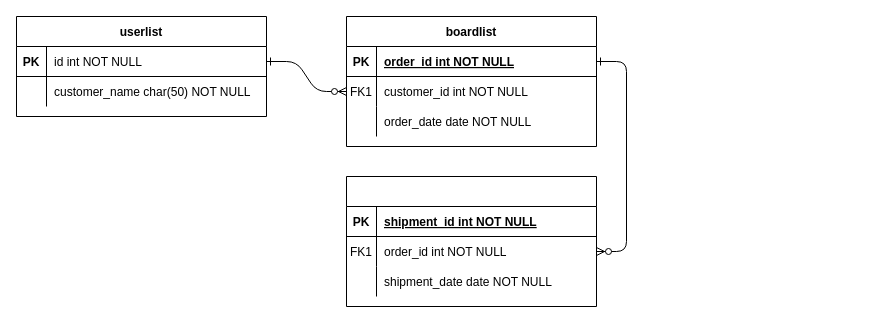
Before: erd.drawio in web5-kimgangmoon/cloneCoding4, a draw.io diagram. Source tidied: cells renumbered, new cells numbered last; positions are measured from the earlier drawing's top-left corner, leaving out a move shared by most shapes. Both pictures are drawn from the tidied source at 100%, with x=0, y=0 at pixel (16, 16).
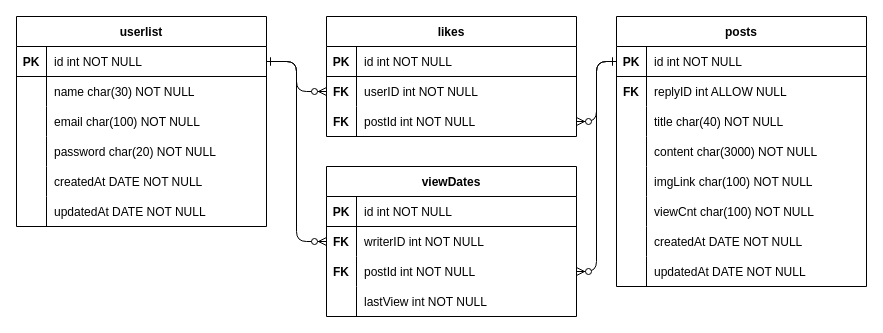
The same page after the edit.

Commit message (it also covers changes not shown here):
erd complete

Unchanged cells that the change refers to:
```xml
<mxCell id="25" style="shape=partialRectangle;fillColor=none;points=[[0,0.5],[1,0.5]];portConstraint=eastwest;top=0;left=0;right=0;bottom=1;" parent="24" vertex="1">
  <mxGeometry y="30" width="250" height="30" as="geometry" />
</mxCell>
<mxCell id="28" style="shape=partialRectangle;fillColor=none;top=0;left=0;right=0;bottom=0;" parent="24" vertex="1">
  <mxGeometry y="60" width="250" height="30" as="geometry" />
</mxCell>
```

The edit, as a diff of the source:
```diff
@@
-    <mxCell id="2" style="edgeStyle=entityRelationEdgeStyle;endArrow=ERzeroToMany;startArrow=ERone;endFill=1;startFill=0;" parent="1" edge="1" source="25" target="8">
+    <mxCell id="2" style="edgeStyle=elbowEdgeStyle;endArrow=ERzeroToMany;startArrow=ERone;endFill=1;startFill=0;" parent="1" edge="1" source="25" target="47">
       <mxGeometry relative="1" as="geometry" />
     </mxCell>
-    <mxCell id="3" style="edgeStyle=entityRelationEdgeStyle;endArrow=ERzeroToMany;startArrow=ERone;endFill=1;startFill=0;" parent="1" edge="1" source="5" target="18">
-      <mxGeometry relative="1" as="geometry" />
-    </mxCell>
-    <mxCell id="4" value="boardlist" style="shape=table;startSize=30;childLayout=tableLayout;rowLines=0;fontStyle=1;align=center;" parent="1" vertex="1">
-      <mxGeometry x="330" width="250" height="130" as="geometry" />
-    </mxCell>
-    <mxCell id="5" style="shape=partialRectangle;fillColor=none;points=[[0,0.5],[1,0.5]];portConstraint=eastwest;top=0;left=0;right=0;bottom=1;" parent="4" vertex="1">
-      <mxGeometry y="30" width="250" height="30" as="geometry" />
-    </mxCell>
-    <mxCell id="6" value="PK" style="shape=partialRectangle;overflow=hidden;fillColor=none;top=0;left=0;bottom=0;right=0;fontStyle=1;" parent="5" vertex="1">
-      <mxGeometry width="30" height="30" as="geometry" />
-    </mxCell>
-    <mxCell id="7" value="order_id int NOT NULL " style="shape=partialRectangle;overflow=hidden;fillColor=none;top=0;left=0;bottom=0;right=0;align=left;spacingLeft=6;fontStyle=5;" parent="5" vertex="1">
-      <mxGeometry x="30" width="220" height="30" as="geometry" />
-    </mxCell>
-    <mxCell id="8" style="shape=partialRectangle;fillColor=none;points=[[0,0.5],[1,0.5]];portConstraint=eastwest;top=0;left=0;right=0;bottom=0;" parent="4" vertex="1">
-      <mxGeometry y="60" width="250" height="30" as="geometry" />
-    </mxCell>
-    <mxCell id="9" value="FK1" style="shape=partialRectangle;overflow=hidden;fillColor=none;top=0;left=0;bottom=0;right=0;" parent="8" vertex="1">
-      <mxGeometry width="30" height="30" as="geometry" />
-    </mxCell>
-    <mxCell id="10" value="customer_id int NOT NULL" style="shape=partialRectangle;overflow=hidden;fillColor=none;top=0;left=0;bottom=0;right=0;align=left;spacingLeft=6;" parent="8" vertex="1">
-      <mxGeometry x="30" width="220" height="30" as="geometry" />
-    </mxCell>
-    <mxCell id="11" style="shape=partialRectangle;fillColor=none;top=0;left=0;right=0;bottom=0;" parent="4" vertex="1">
-      <mxGeometry y="90" width="250" height="30" as="geometry" />
-    </mxCell>
-    <mxCell id="12" style="shape=partialRectangle;overflow=hidden;fillColor=none;top=0;left=0;bottom=0;right=0;" parent="11" vertex="1">
-      <mxGeometry width="30" height="30" as="geometry" />
-    </mxCell>
-    <mxCell id="13" value="order_date date NOT NULL" style="shape=partialRectangle;overflow=hidden;fillColor=none;top=0;left=0;bottom=0;right=0;align=left;spacingLeft=6;" parent="11" vertex="1">
-      <mxGeometry x="30" width="220" height="30" as="geometry" />
-    </mxCell>
-    <mxCell id="14" style="shape=table;startSize=30;childLayout=tableLayout;rowLines=0;fontStyle=1;align=center;" parent="1" vertex="1">
-      <mxGeometry x="330" y="160" width="250" height="130" as="geometry" />
-    </mxCell>
-    <mxCell id="15" style="shape=partialRectangle;fillColor=none;top=0;left=0;right=0;bottom=1;" parent="14" vertex="1">
-      <mxGeometry y="30" width="250" height="30" as="geometry" />
-    </mxCell>
-    <mxCell id="16" value="PK" style="shape=partialRectangle;overflow=hidden;fillColor=none;top=0;left=0;bottom=0;right=0;fontStyle=1;" parent="15" vertex="1">
-      <mxGeometry width="30" height="30" as="geometry" />
-    </mxCell>
-    <mxCell id="17" value="shipment_id int NOT NULL " style="shape=partialRectangle;overflow=hidden;fillColor=none;top=0;left=0;bottom=0;right=0;align=left;spacingLeft=6;fontStyle=5;" parent="15" vertex="1">
-      <mxGeometry x="30" width="220" height="30" as="geometry" />
-    </mxCell>
-    <mxCell id="18" style="shape=partialRectangle;fillColor=none;points=[[0,0.5],[1,0.5]];portConstraint=eastwest;top=0;left=0;right=0;bottom=0;" parent="14" vertex="1">
-      <mxGeometry y="60" width="250" height="30" as="geometry" />
-    </mxCell>
-    <mxCell id="19" value="FK1" style="shape=partialRectangle;overflow=hidden;fillColor=none;top=0;left=0;bottom=0;right=0;" parent="18" vertex="1">
-      <mxGeometry width="30" height="30" as="geometry" />
-    </mxCell>
-    <mxCell id="20" value="order_id int NOT NULL" style="shape=partialRectangle;overflow=hidden;fillColor=none;top=0;left=0;bottom=0;right=0;align=left;spacingLeft=6;" parent="18" vertex="1">
-      <mxGeometry x="30" width="220" height="30" as="geometry" />
-    </mxCell>
-    <mxCell id="21" style="shape=partialRectangle;fillColor=none;top=0;left=0;right=0;bottom=0;" parent="14" vertex="1">
-      <mxGeometry y="90" width="250" height="30" as="geometry" />
-    </mxCell>
-    <mxCell id="22" style="shape=partialRectangle;overflow=hidden;fillColor=none;top=0;left=0;bottom=0;right=0;" parent="21" vertex="1">
-      <mxGeometry width="30" height="30" as="geometry" />
-    </mxCell>
-    <mxCell id="23" value="shipment_date date NOT NULL" style="shape=partialRectangle;overflow=hidden;fillColor=none;top=0;left=0;bottom=0;right=0;align=left;spacingLeft=6;" parent="21" vertex="1">
-      <mxGeometry x="30" width="220" height="30" as="geometry" />
-    </mxCell>
     <mxCell id="24" value="userlist" style="shape=table;startSize=30;childLayout=tableLayout;rowLines=0;fontStyle=1;align=center;" parent="1" vertex="1">
-      <mxGeometry width="250" height="100" as="geometry" />
+      <mxGeometry width="250" height="210" as="geometry" />
     </mxCell>
@@
-    <mxCell id="29" style="shape=partialRectangle;overflow=hidden;fillColor=none;top=0;left=0;bottom=0;right=0;" parent="28" vertex="1">
+    <mxCell id="29" value="&#10;" style="shape=partialRectangle;overflow=hidden;fillColor=none;top=0;left=0;bottom=0;right=0;" parent="28" vertex="1">
       <mxGeometry width="30" height="30" as="geometry" />
     </mxCell>
-    <mxCell id="30" value="customer_name char(50) NOT NULL" style="shape=partialRectangle;overflow=hidden;fillColor=none;top=0;left=0;bottom=0;right=0;align=left;spacingLeft=6;" parent="28" vertex="1">
+    <mxCell id="30" value="name char(30) NOT NULL" style="shape=partialRectangle;overflow=hidden;fillColor=none;top=0;left=0;bottom=0;right=0;align=left;spacingLeft=6;" parent="28" vertex="1">
       <mxGeometry x="30" width="220" height="30" as="geometry" />
     </mxCell>
+    <mxCell id="31" style="shape=partialRectangle;fillColor=none;top=0;left=0;right=0;bottom=0;" parent="24" vertex="1">
+      <mxGeometry y="90" width="250" height="30" as="geometry" />
+    </mxCell>
+    <mxCell id="32" value="&#10;" style="shape=partialRectangle;overflow=hidden;fillColor=none;top=0;left=0;bottom=0;right=0;" parent="31" vertex="1">
+      <mxGeometry width="30" height="30" as="geometry" />
+    </mxCell>
+    <mxCell id="33" value="email char(100) NOT NULL" style="shape=partialRectangle;overflow=hidden;fillColor=none;top=0;left=0;bottom=0;right=0;align=left;spacingLeft=6;" parent="31" vertex="1">
+      <mxGeometry x="30" width="220" height="30" as="geometry" />
+    </mxCell>
+    <mxCell id="34" style="shape=partialRectangle;fillColor=none;top=0;left=0;right=0;bottom=0;" parent="24" vertex="1">
+      <mxGeometry y="120" width="250" height="30" as="geometry" />
+    </mxCell>
+    <mxCell id="35" value="&#10;" style="shape=partialRectangle;overflow=hidden;fillColor=none;top=0;left=0;bottom=0;right=0;" parent="34" vertex="1">
+      <mxGeometry width="30" height="30" as="geometry" />
+    </mxCell>
+    <mxCell id="36" value="password char(20) NOT NULL" style="shape=partialRectangle;overflow=hidden;fillColor=none;top=0;left=0;bottom=0;right=0;align=left;spacingLeft=6;" parent="34" vertex="1">
+      <mxGeometry x="30" width="220" height="30" as="geometry" />
+    </mxCell>
+    <mxCell id="37" style="shape=partialRectangle;fillColor=none;top=0;left=0;right=0;bottom=0;" parent="24" vertex="1">
+      <mxGeometry y="150" width="250" height="30" as="geometry" />
+    </mxCell>
+    <mxCell id="38" value="&#10;" style="shape=partialRectangle;overflow=hidden;fillColor=none;top=0;left=0;bottom=0;right=0;" parent="37" vertex="1">
+      <mxGeometry width="30" height="30" as="geometry" />
+    </mxCell>
+    <mxCell id="39" value="createdAt DATE NOT NULL" style="shape=partialRectangle;overflow=hidden;fillColor=none;top=0;left=0;bottom=0;right=0;align=left;spacingLeft=6;" parent="37" vertex="1">
+      <mxGeometry x="30" width="220" height="30" as="geometry" />
+    </mxCell>
+    <mxCell id="40" style="shape=partialRectangle;fillColor=none;top=0;left=0;right=0;bottom=0;" parent="24" vertex="1">
+      <mxGeometry y="180" width="250" height="30" as="geometry" />
+    </mxCell>
+    <mxCell id="41" value="&#10;" style="shape=partialRectangle;overflow=hidden;fillColor=none;top=0;left=0;bottom=0;right=0;" parent="40" vertex="1">
+      <mxGeometry width="30" height="30" as="geometry" />
+    </mxCell>
+    <mxCell id="42" value="updatedAt DATE NOT NULL" style="shape=partialRectangle;overflow=hidden;fillColor=none;top=0;left=0;bottom=0;right=0;align=left;spacingLeft=6;" parent="40" vertex="1">
+      <mxGeometry x="30" width="220" height="30" as="geometry" />
+    </mxCell>
+    <mxCell id="43" value="likes" style="shape=table;startSize=30;childLayout=tableLayout;rowLines=0;fontStyle=1;align=center;" parent="1" vertex="1">
+      <mxGeometry x="310" width="250" height="120" as="geometry" />
+    </mxCell>
+    <mxCell id="44" style="shape=partialRectangle;fillColor=none;top=0;left=0;right=0;bottom=1;" parent="43" vertex="1">
+      <mxGeometry y="30" width="250" height="30" as="geometry" />
+    </mxCell>
+    <mxCell id="45" value="PK" style="shape=partialRectangle;overflow=hidden;fillColor=none;top=0;left=0;bottom=0;right=0;fontStyle=1;" parent="44" vertex="1">
+      <mxGeometry width="30" height="30" as="geometry" />
+    </mxCell>
+    <mxCell id="46" value="id int NOT NULL" style="shape=partialRectangle;overflow=hidden;fillColor=none;top=0;left=0;bottom=0;right=0;align=left;spacingLeft=6;fontStyle=0;" parent="44" vertex="1">
+      <mxGeometry x="30" width="220" height="30" as="geometry" />
+    </mxCell>
+    <mxCell id="47" style="shape=partialRectangle;fillColor=none;points=[[0,0.5],[1,0.5]];portConstraint=eastwest;top=0;left=0;right=0;bottom=0;" parent="43" vertex="1">
+      <mxGeometry y="60" width="250" height="30" as="geometry" />
+    </mxCell>
+    <mxCell id="48" value="FK" style="shape=partialRectangle;overflow=hidden;fillColor=none;top=0;left=0;bottom=0;right=0;fontStyle=1;" parent="47" vertex="1">
+      <mxGeometry width="30" height="30" as="geometry" />
+    </mxCell>
+    <mxCell id="49" value="userID int NOT NULL" style="shape=partialRectangle;overflow=hidden;fillColor=none;top=0;left=0;bottom=0;right=0;align=left;spacingLeft=6;" parent="47" vertex="1">
+      <mxGeometry x="30" width="220" height="30" as="geometry" />
+    </mxCell>
+    <mxCell id="50" style="shape=partialRectangle;fillColor=none;points=[[0,0.5],[1,0.5]];portConstraint=eastwest;top=0;left=0;right=0;bottom=0;" parent="43" vertex="1">
+      <mxGeometry y="90" width="250" height="30" as="geometry" />
+    </mxCell>
+    <mxCell id="51" value="FK" style="shape=partialRectangle;overflow=hidden;fillColor=none;top=0;left=0;bottom=0;right=0;fontStyle=1;" parent="50" vertex="1">
+      <mxGeometry width="30" height="30" as="geometry" />
+    </mxCell>
+    <mxCell id="52" value="postId int NOT NULL" style="shape=partialRectangle;overflow=hidden;fillColor=none;top=0;left=0;bottom=0;right=0;align=left;spacingLeft=6;" parent="50" vertex="1">
+      <mxGeometry x="30" width="220" height="30" as="geometry" />
+    </mxCell>
+    <mxCell id="53" value="posts" style="shape=table;startSize=30;childLayout=tableLayout;rowLines=0;fontStyle=1;align=center;" parent="1" vertex="1">
+      <mxGeometry x="600" width="250" height="270" as="geometry" />
+    </mxCell>
+    <mxCell id="54" style="shape=partialRectangle;fillColor=none;points=[[0,0.5],[1,0.5]];portConstraint=eastwest;top=0;left=0;right=0;bottom=1;" parent="53" vertex="1">
+      <mxGeometry y="30" width="250" height="30" as="geometry" />
+    </mxCell>
+    <mxCell id="55" value="PK" style="shape=partialRectangle;overflow=hidden;fillColor=none;top=0;left=0;bottom=0;right=0;fontStyle=1;" parent="54" vertex="1">
+      <mxGeometry width="30" height="30" as="geometry" />
+    </mxCell>
+    <mxCell id="56" value="id int NOT NULL" style="shape=partialRectangle;overflow=hidden;fillColor=none;top=0;left=0;bottom=0;right=0;align=left;spacingLeft=6;fontStyle=0;" parent="54" vertex="1">
+      <mxGeometry x="30" width="220" height="30" as="geometry" />
+    </mxCell>
+    <mxCell id="57" style="shape=partialRectangle;fillColor=none;top=0;left=0;right=0;bottom=0;" parent="53" vertex="1">
+      <mxGeometry y="60" width="250" height="30" as="geometry" />
+    </mxCell>
+    <mxCell id="58" value="FK" style="shape=partialRectangle;overflow=hidden;fillColor=none;top=0;left=0;bottom=0;right=0;fontStyle=1;" parent="57" vertex="1">
+      <mxGeometry width="30" height="30" as="geometry" />
+    </mxCell>
+    <mxCell id="59" value="replyID int ALLOW NULL" style="shape=partialRectangle;overflow=hidden;fillColor=none;top=0;left=0;bottom=0;right=0;align=left;spacingLeft=6;" parent="57" vertex="1">
+      <mxGeometry x="30" width="220" height="30" as="geometry" />
+    </mxCell>
+    <mxCell id="60" style="shape=partialRectangle;fillColor=none;top=0;left=0;right=0;bottom=0;" parent="53" vertex="1">
+      <mxGeometry y="90" width="250" height="30" as="geometry" />
+    </mxCell>
+    <mxCell id="61" value="&#10;" style="shape=partialRectangle;overflow=hidden;fillColor=none;top=0;left=0;bottom=0;right=0;" parent="60" vertex="1">
+      <mxGeometry width="30" height="30" as="geometry" />
+    </mxCell>
+    <mxCell id="62" value="title char(40) NOT NULL" style="shape=partialRectangle;overflow=hidden;fillColor=none;top=0;left=0;bottom=0;right=0;align=left;spacingLeft=6;" parent="60" vertex="1">
+      <mxGeometry x="30" width="220" height="30" as="geometry" />
+    </mxCell>
+    <mxCell id="63" style="shape=partialRectangle;fillColor=none;top=0;left=0;right=0;bottom=0;" parent="53" vertex="1">
+      <mxGeometry y="120" width="250" height="30" as="geometry" />
+    </mxCell>
+    <mxCell id="64" value="&#10;" style="shape=partialRectangle;overflow=hidden;fillColor=none;top=0;left=0;bottom=0;right=0;" parent="63" vertex="1">
+      <mxGeometry width="30" height="30" as="geometry" />
+    </mxCell>
+    <mxCell id="65" value="content char(3000) NOT NULL" style="shape=partialRectangle;overflow=hidden;fillColor=none;top=0;left=0;bottom=0;right=0;align=left;spacingLeft=6;" parent="63" vertex="1">
+      <mxGeometry x="30" width="220" height="30" as="geometry" />
+    </mxCell>
+    <mxCell id="66" style="shape=partialRectangle;fillColor=none;top=0;left=0;right=0;bottom=0;" parent="53" vertex="1">
+      <mxGeometry y="150" width="250" height="30" as="geometry" />
+    </mxCell>
+    <mxCell id="67" value="&#10;" style="shape=partialRectangle;overflow=hidden;fillColor=none;top=0;left=0;bottom=0;right=0;" parent="66" vertex="1">
+      <mxGeometry width="30" height="30" as="geometry" />
+    </mxCell>
+    <mxCell id="68" value="imgLink char(100) NOT NULL" style="shape=partialRectangle;overflow=hidden;fillColor=none;top=0;left=0;bottom=0;right=0;align=left;spacingLeft=6;" parent="66" vertex="1">
+      <mxGeometry x="30" width="220" height="30" as="geometry" />
+    </mxCell>
+    <mxCell id="69" style="shape=partialRectangle;fillColor=none;top=0;left=0;right=0;bottom=0;" parent="53" vertex="1">
+      <mxGeometry y="180" width="250" height="30" as="geometry" />
+    </mxCell>
+    <mxCell id="70" value="&#10;" style="shape=partialRectangle;overflow=hidden;fillColor=none;top=0;left=0;bottom=0;right=0;" parent="69" vertex="1">
+      <mxGeometry width="30" height="30" as="geometry" />
+    </mxCell>
+    <mxCell id="71" value="viewCnt char(100) NOT NULL" style="shape=partialRectangle;overflow=hidden;fillColor=none;top=0;left=0;bottom=0;right=0;align=left;spacingLeft=6;" parent="69" vertex="1">
+      <mxGeometry x="30" width="220" height="30" as="geometry" />
+    </mxCell>
+    <mxCell id="72" style="shape=partialRectangle;fillColor=none;top=0;left=0;right=0;bottom=0;" parent="53" vertex="1">
+      <mxGeometry y="210" width="250" height="30" as="geometry" />
+    </mxCell>
+    <mxCell id="73" value="&#10;" style="shape=partialRectangle;overflow=hidden;fillColor=none;top=0;left=0;bottom=0;right=0;" parent="72" vertex="1">
+      <mxGeometry width="30" height="30" as="geometry" />
+    </mxCell>
+    <mxCell id="74" value="createdAt DATE NOT NULL" style="shape=partialRectangle;overflow=hidden;fillColor=none;top=0;left=0;bottom=0;right=0;align=left;spacingLeft=6;" parent="72" vertex="1">
+      <mxGeometry x="30" width="220" height="30" as="geometry" />
+    </mxCell>
+    <mxCell id="75" style="shape=partialRectangle;fillColor=none;top=0;left=0;right=0;bottom=0;" parent="53" vertex="1">
+      <mxGeometry y="240" width="250" height="30" as="geometry" />
+    </mxCell>
+    <mxCell id="76" value="&#10;" style="shape=partialRectangle;overflow=hidden;fillColor=none;top=0;left=0;bottom=0;right=0;" parent="75" vertex="1">
+      <mxGeometry width="30" height="30" as="geometry" />
+    </mxCell>
+    <mxCell id="77" value="updatedAt DATE NOT NULL" style="shape=partialRectangle;overflow=hidden;fillColor=none;top=0;left=0;bottom=0;right=0;align=left;spacingLeft=6;" parent="75" vertex="1">
+      <mxGeometry x="30" width="220" height="30" as="geometry" />
+    </mxCell>
+    <mxCell id="78" value="viewDates" style="shape=table;startSize=30;childLayout=tableLayout;rowLines=0;fontStyle=1;align=center;" parent="1" vertex="1">
+      <mxGeometry x="310" y="150" width="250" height="150" as="geometry" />
+    </mxCell>
+    <mxCell id="79" style="shape=partialRectangle;fillColor=none;top=0;left=0;right=0;bottom=1;" parent="78" vertex="1">
+      <mxGeometry y="30" width="250" height="30" as="geometry" />
+    </mxCell>
+    <mxCell id="80" value="PK" style="shape=partialRectangle;overflow=hidden;fillColor=none;top=0;left=0;bottom=0;right=0;fontStyle=1;" parent="79" vertex="1">
+      <mxGeometry width="30" height="30" as="geometry" />
+    </mxCell>
+    <mxCell id="81" value="id int NOT NULL" style="shape=partialRectangle;overflow=hidden;fillColor=none;top=0;left=0;bottom=0;right=0;align=left;spacingLeft=6;fontStyle=0;" parent="79" vertex="1">
+      <mxGeometry x="30" width="220" height="30" as="geometry" />
+    </mxCell>
+    <mxCell id="82" style="shape=partialRectangle;fillColor=none;points=[[0,0.5],[1,0.5]];portConstraint=eastwest;top=0;left=0;right=0;bottom=0;" parent="78" vertex="1">
+      <mxGeometry y="60" width="250" height="30" as="geometry" />
+    </mxCell>
+    <mxCell id="83" value="FK" style="shape=partialRectangle;overflow=hidden;fillColor=none;top=0;left=0;bottom=0;right=0;fontStyle=1;" parent="82" vertex="1">
+      <mxGeometry width="30" height="30" as="geometry" />
+    </mxCell>
+    <mxCell id="84" value="writerID int NOT NULL" style="shape=partialRectangle;overflow=hidden;fillColor=none;top=0;left=0;bottom=0;right=0;align=left;spacingLeft=6;" parent="82" vertex="1">
+      <mxGeometry x="30" width="220" height="30" as="geometry" />
+    </mxCell>
+    <mxCell id="85" style="shape=partialRectangle;fillColor=none;points=[[0,0.5],[1,0.5]];portConstraint=eastwest;top=0;left=0;right=0;bottom=0;" parent="78" vertex="1">
+      <mxGeometry y="90" width="250" height="30" as="geometry" />
+    </mxCell>
+    <mxCell id="86" value="FK" style="shape=partialRectangle;overflow=hidden;fillColor=none;top=0;left=0;bottom=0;right=0;fontStyle=1;" parent="85" vertex="1">
+      <mxGeometry width="30" height="30" as="geometry" />
+    </mxCell>
+    <mxCell id="87" value="postId int NOT NULL" style="shape=partialRectangle;overflow=hidden;fillColor=none;top=0;left=0;bottom=0;right=0;align=left;spacingLeft=6;" parent="85" vertex="1">
+      <mxGeometry x="30" width="220" height="30" as="geometry" />
+    </mxCell>
+    <mxCell id="88" style="shape=partialRectangle;fillColor=none;top=0;left=0;right=0;bottom=0;" parent="78" vertex="1">
+      <mxGeometry y="120" width="250" height="30" as="geometry" />
+    </mxCell>
+    <mxCell id="89" style="shape=partialRectangle;overflow=hidden;fillColor=none;top=0;left=0;bottom=0;right=0;fontStyle=1;" parent="88" vertex="1">
+      <mxGeometry width="30" height="30" as="geometry" />
+    </mxCell>
+    <mxCell id="90" value="lastView int NOT NULL" style="shape=partialRectangle;overflow=hidden;fillColor=none;top=0;left=0;bottom=0;right=0;align=left;spacingLeft=6;" parent="88" vertex="1">
+      <mxGeometry x="30" width="220" height="30" as="geometry" />
+    </mxCell>
+    <mxCell id="91" style="edgeStyle=elbowEdgeStyle;endArrow=ERzeroToMany;startArrow=ERone;endFill=1;startFill=0;" parent="1" edge="1" source="54" target="50">
+      <mxGeometry relative="1" as="geometry" />
+    </mxCell>
+    <mxCell id="92" style="edgeStyle=elbowEdgeStyle;endArrow=ERzeroToMany;startArrow=ERone;endFill=1;startFill=0;" parent="1" edge="1" source="54" target="85">
+      <mxGeometry relative="1" as="geometry" />
+    </mxCell>
+    <mxCell id="93" style="edgeStyle=elbowEdgeStyle;endArrow=ERzeroToMany;startArrow=ERone;endFill=1;startFill=0;" parent="1" edge="1" source="25" target="82">
+      <mxGeometry relative="1" as="geometry" />
+    </mxCell>
```
